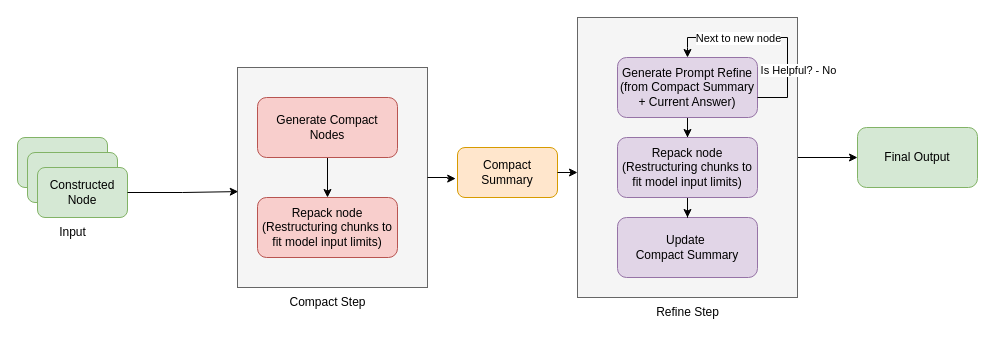
This is asset/DACS2/DACS2-Compact&Refine Synthesize.drawio from ntdbouque/RAG_Traffic_Law, a draw.io file, before an edit. Source tidied: cells renumbered, new cells numbered last; positions are measured from the earlier drawing's top-left corner, leaving out a move shared by most shapes. Both pictures are drawn from the tidied source at 100%, with x=0, y=0 at pixel (17, 17).
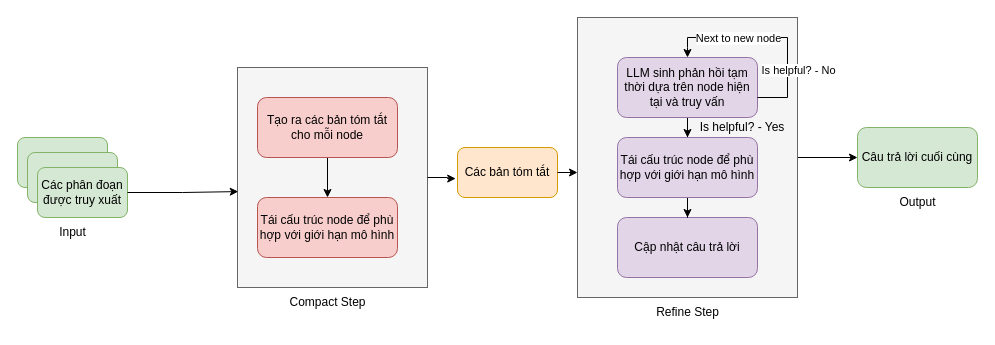
After the change.

Unchanged cells that the change refers to:
```xml
<mxCell id="11" style="endArrow=classic;html=1;rounded=0;entryX=0.5;entryY=0;entryDx=0;entryDy=0;" parent="1" edge="1" target="8">
  <mxGeometry relative="1" as="geometry">
    <mxPoint x="740" y="80" as="sourcePoint" />
    <Array as="points">
      <mxPoint x="770" y="80" />
      <mxPoint x="770" y="20" />
      <mxPoint x="740" y="20" />
      <mxPoint x="700" y="20" />
      <mxPoint x="670" y="20" />
      <mxPoint x="670" y="30" />
    </Array>
  </mxGeometry>
</mxCell>
```

The edit, as a diff of the source:
```diff
@@
-    <mxCell id="6" value="Generate Compact Nodes" style="rounded=1;whiteSpace=wrap;html=1;fillColor=#f8cecc;strokeColor=#b85450;" parent="1" vertex="1">
+    <mxCell id="6" value="Tạo ra các bản tóm tắt cho mỗi node" style="rounded=1;whiteSpace=wrap;html=1;fillColor=#f8cecc;strokeColor=#b85450;" parent="1" vertex="1">
       <mxGeometry x="240" y="80" width="140" height="60" as="geometry" />
     </mxCell>
@@
-    <mxCell id="8" value="Generate Prompt Refine&lt;br&gt;(from Compact Summary + Current Answer)" style="rounded=1;whiteSpace=wrap;html=1;fillColor=#e1d5e7;strokeColor=#9673a6;" parent="1" vertex="1">
+    <mxCell id="8" value="LLM sinh phản hồi tạm thời dựa trên node hiện tại và truy vấn" style="rounded=1;whiteSpace=wrap;html=1;fillColor=#e1d5e7;strokeColor=#9673a6;" parent="1" vertex="1">
       <mxGeometry x="600" y="40" width="140" height="60" as="geometry" />
     </mxCell>
-    <mxCell id="9" value="Update&amp;nbsp;&lt;div&gt;&lt;span style=&quot;background-color: transparent; color: light-dark(rgb(0, 0, 0), rgb(255, 255, 255));&quot;&gt;Compact Summary&lt;/span&gt;&lt;/div&gt;" style="rounded=1;whiteSpace=wrap;html=1;fillColor=#e1d5e7;strokeColor=#9673a6;" parent="1" vertex="1">
+    <mxCell id="9" value="Cập nhật câu trả lời" style="rounded=1;whiteSpace=wrap;html=1;fillColor=#e1d5e7;strokeColor=#9673a6;" parent="1" vertex="1">
       <mxGeometry x="600" y="200" width="140" height="60" as="geometry" />
     </mxCell>
@@
-    <mxCell id="12" value="Is Helpful? - No" style="edgeLabel;html=1;align=center;verticalAlign=middle;" parent="11" vertex="1">
+    <mxCell id="12" value="Is helpful? - No" style="edgeLabel;html=1;align=center;verticalAlign=middle;" parent="11" vertex="1">
       <mxGeometry x="-0.45" relative="1" as="geometry">
         <mxPoint x="10" as="offset" />
       </mxGeometry>
     </mxCell>
@@
-    <mxCell id="15" value="Repack node&lt;br&gt;(Restructuring chunks to fit model input limits)" style="rounded=1;whiteSpace=wrap;html=1;fillColor=#e1d5e7;strokeColor=#9673a6;" parent="1" vertex="1">
+    <mxCell id="15" value="Tái cấu trúc node để phù hợp với giới hạn mô hình" style="rounded=1;whiteSpace=wrap;html=1;fillColor=#e1d5e7;strokeColor=#9673a6;" parent="1" vertex="1">
       <mxGeometry x="600" y="120" width="140" height="60" as="geometry" />
     </mxCell>
-    <mxCell id="16" value="Final Output" style="rounded=1;whiteSpace=wrap;html=1;fillColor=#d5e8d4;strokeColor=#82b366;" parent="1" vertex="1">
+    <mxCell id="16" value="Câu trả lời cuối cùng" style="rounded=1;whiteSpace=wrap;html=1;fillColor=#d5e8d4;strokeColor=#82b366;" parent="1" vertex="1">
       <mxGeometry x="840" y="110" width="120" height="60" as="geometry" />
     </mxCell>
@@
-    <mxCell id="19" value="Repack node&lt;br&gt;(Restructuring chunks to fit model input limits)" style="rounded=1;whiteSpace=wrap;html=1;fillColor=#f8cecc;strokeColor=#b85450;" parent="1" vertex="1">
+    <mxCell id="19" value="Tái cấu trúc node để phù hợp với giới hạn mô hình" style="rounded=1;whiteSpace=wrap;html=1;fillColor=#f8cecc;strokeColor=#b85450;" parent="1" vertex="1">
       <mxGeometry x="240" y="180" width="140" height="60" as="geometry" />
     </mxCell>
-    <mxCell id="20" value="Compact Summary" style="rounded=1;whiteSpace=wrap;html=1;fillColor=#ffe6cc;strokeColor=#d79b00;" parent="1" vertex="1">
+    <mxCell id="20" value="Các bản tóm tắt" style="rounded=1;whiteSpace=wrap;html=1;fillColor=#ffe6cc;strokeColor=#d79b00;" parent="1" vertex="1">
       <mxGeometry x="440" y="130" width="100" height="50" as="geometry" />
     </mxCell>
@@
-    <mxCell id="25" value="Constructed Node" style="rounded=1;whiteSpace=wrap;html=1;fillColor=#d5e8d4;strokeColor=#82b366;" parent="1" vertex="1">
+    <mxCell id="25" value="Các phân đoạn được truy xuất" style="rounded=1;whiteSpace=wrap;html=1;fillColor=#d5e8d4;strokeColor=#82b366;" parent="1" vertex="1">
       <mxGeometry x="20" y="150" width="90" height="50" as="geometry" />
     </mxCell>
@@
+    <mxCell id="27" value="Is helpful? - Yes" style="text;html=1;align=center;verticalAlign=middle;whiteSpace=wrap;rounded=0;" parent="1" vertex="1">
+      <mxGeometry x="680" y="95" width="90" height="30" as="geometry" />
+    </mxCell>
+    <mxCell id="28" value="Output" style="text;html=1;align=center;verticalAlign=middle;strokeColor=none;fillColor=none;" parent="1" vertex="1">
+      <mxGeometry x="870" y="170" width="60" height="30" as="geometry" />
+    </mxCell>
```
